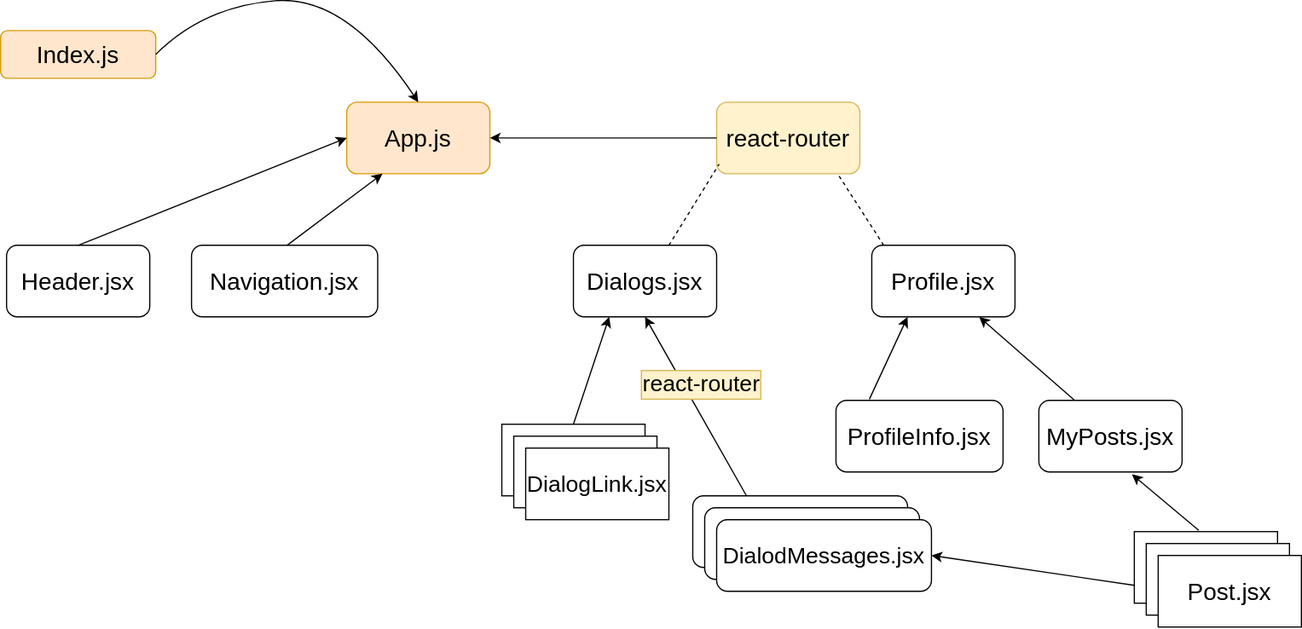
This is Схема приложения.drawio.svg from ShyHarvey/Social-network-with-samurai.js-api-, a draw.io export, as it was before one commit. Source tidied: cells renumbered, new cells last; positions are measured from the earlier drawing's top-left corner, leaving out a move shared by most shapes.
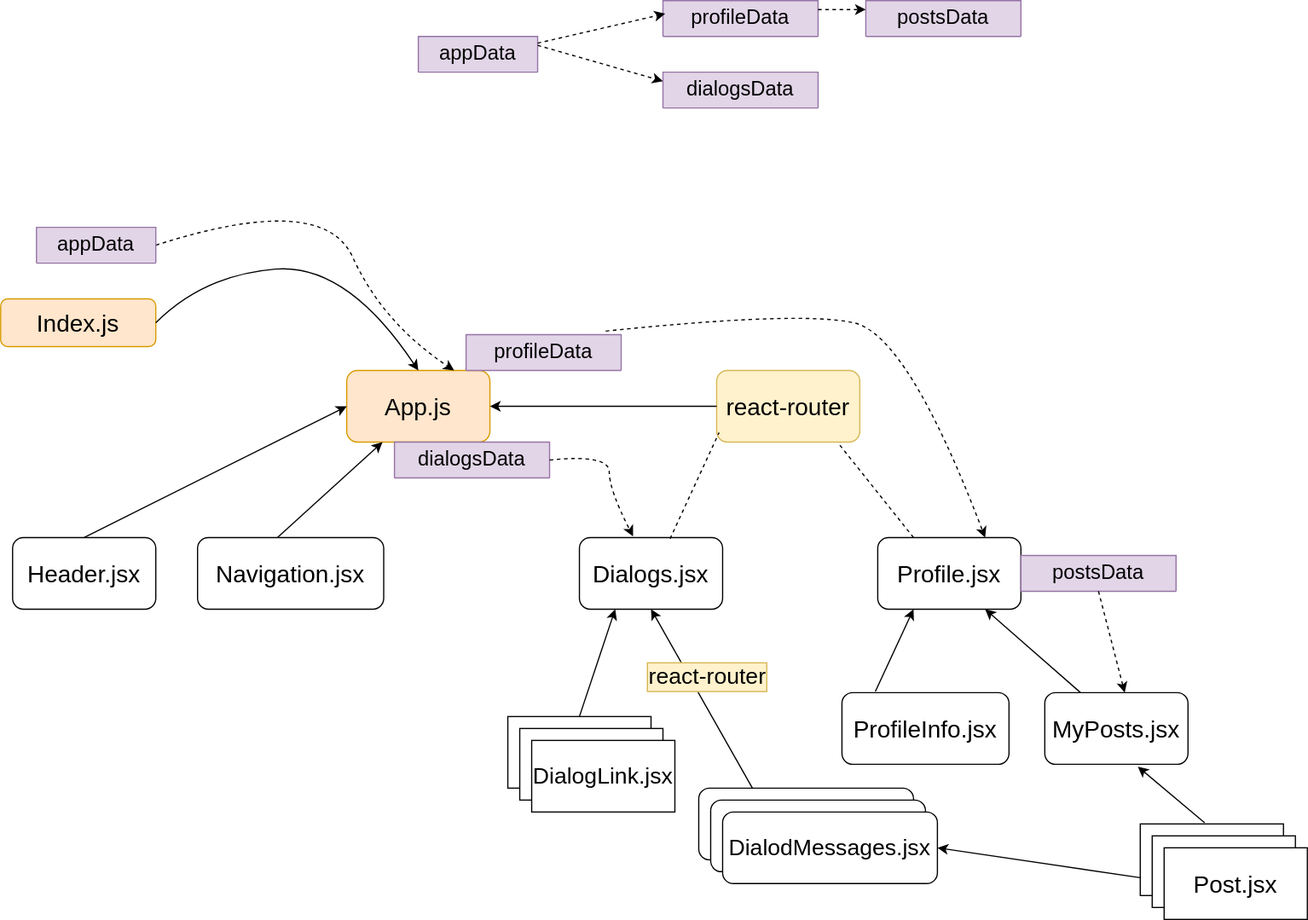
Above is the later version.

Commit message:
добавлены данные

Diff of the diagram source:
```diff
@@ -3,16 +3,16 @@
     <mxCell id="0" />
     <mxCell id="1" parent="0" />
     <mxCell id="2" value="&lt;font style=&quot;font-size: 20px;&quot;&gt;Index.js&lt;/font&gt;" style="rounded=1;whiteSpace=wrap;html=1;fillColor=#ffe6cc;strokeColor=#d79b00;" parent="1" vertex="1">
-      <mxGeometry y="30" width="130" height="40" as="geometry" />
+      <mxGeometry x="-5" y="10" width="130" height="40" as="geometry" />
     </mxCell>
     <mxCell id="3" value="App.js" style="rounded=1;whiteSpace=wrap;html=1;fontSize=20;fillColor=#ffe6cc;strokeColor=#d79b00;" parent="1" vertex="1">
-      <mxGeometry x="290" y="90" width="120" height="60" as="geometry" />
+      <mxGeometry x="285" y="70" width="120" height="60" as="geometry" />
     </mxCell>
     <mxCell id="4" style="curved=1;endArrow=classic;html=1;rounded=0;fontSize=20;exitX=1;exitY=0.5;exitDx=0;exitDy=0;entryX=0.5;entryY=0;entryDx=0;entryDy=0;" parent="1" edge="1" source="2" target="3">
       <mxGeometry relative="1" as="geometry">
         <Array as="points">
-          <mxPoint x="170" y="10" />
-          <mxPoint x="290" />
+          <mxPoint x="165" y="-10" />
+          <mxPoint x="285" y="-20" />
         </Array>
       </mxGeometry>
     </mxCell>
@@ -31,23 +31,17 @@
     <mxCell id="9" style="endArrow=classic;html=1;rounded=0;fontSize=20;exitX=0.5;exitY=0;exitDx=0;exitDy=0;entryX=0;entryY=0.5;entryDx=0;entryDy=0;" parent="1" edge="1" source="5" target="3">
       <mxGeometry relative="1" as="geometry" />
     </mxCell>
-    <mxCell id="10" style="endArrow=classic;html=1;rounded=0;fontSize=20;entryX=0.25;entryY=1;entryDx=0;entryDy=0;" parent="1" edge="1" target="3">
-      <mxGeometry relative="1" as="geometry">
-        <mxPoint x="240" y="210" as="sourcePoint" />
-      </mxGeometry>
+    <mxCell id="10" style="endArrow=classic;html=1;rounded=0;fontSize=20;entryX=0.25;entryY=1;entryDx=0;entryDy=0;exitX=0.429;exitY=0;exitDx=0;exitDy=0;exitPerimeter=0;" parent="1" edge="1" source="6" target="3">
+      <mxGeometry relative="1" as="geometry" />
     </mxCell>
     <mxCell id="11" value="react-router" style="rounded=1;whiteSpace=wrap;html=1;fontSize=20;fillColor=#fff2cc;strokeColor=#d6b656;" parent="1" vertex="1">
-      <mxGeometry x="600" y="90" width="120" height="60" as="geometry" />
+      <mxGeometry x="595" y="70" width="120" height="60" as="geometry" />
     </mxCell>
-    <mxCell id="12" style="endArrow=none;dashed=1;html=1;rounded=0;fontSize=20;entryX=0.017;entryY=0.867;entryDx=0;entryDy=0;entryPerimeter=0;" parent="1" edge="1" target="11">
-      <mxGeometry relative="1" as="geometry">
-        <mxPoint x="560" y="210" as="sourcePoint" />
-      </mxGeometry>
+    <mxCell id="12" style="endArrow=none;dashed=1;html=1;rounded=0;fontSize=20;entryX=0.017;entryY=0.867;entryDx=0;entryDy=0;entryPerimeter=0;exitX=0.633;exitY=0.017;exitDx=0;exitDy=0;exitPerimeter=0;" parent="1" edge="1" source="7" target="11">
+      <mxGeometry relative="1" as="geometry" />
     </mxCell>
-    <mxCell id="13" style="endArrow=none;dashed=1;html=1;rounded=0;fontSize=20;entryX=0.85;entryY=1.017;entryDx=0;entryDy=0;entryPerimeter=0;" parent="1" edge="1" target="11">
-      <mxGeometry relative="1" as="geometry">
-        <mxPoint x="740" y="210" as="sourcePoint" />
-      </mxGeometry>
+    <mxCell id="13" style="endArrow=none;dashed=1;html=1;rounded=0;fontSize=20;entryX=0.85;entryY=1.017;entryDx=0;entryDy=0;entryPerimeter=0;exitX=0.25;exitY=0;exitDx=0;exitDy=0;" parent="1" edge="1" source="8" target="11">
+      <mxGeometry relative="1" as="geometry" />
     </mxCell>
     <mxCell id="14" style="endArrow=classic;html=1;rounded=0;fontSize=20;entryX=1;entryY=0.5;entryDx=0;entryDy=0;" parent="1" edge="1" source="11" target="3">
       <mxGeometry relative="1" as="geometry" />
@@ -108,5 +102,66 @@
     <mxCell id="32" value="&lt;font style=&quot;font-size: 19px;&quot;&gt;DialodMessages.jsx&lt;/font&gt;" style="rounded=1;whiteSpace=wrap;html=1;fontSize=20;" parent="1" vertex="1">
       <mxGeometry x="600" y="440" width="180" height="60" as="geometry" />
     </mxCell>
+    <mxCell id="33" value="appData" style="swimlane;fontStyle=0;horizontal=1;startSize=30;whiteSpace=wrap;html=1;shadow=0;glass=0;labelBackgroundColor=none;labelBorderColor=none;sketch=0;fontSize=17;rounded=0;fillColor=#e1d5e7;strokeColor=#9673a6;" parent="1" vertex="1" collapsed="1">
+      <mxGeometry x="345" y="-210" width="100" height="30" as="geometry" />
+    </mxCell>
+    <mxCell id="34" style="curved=1;endArrow=classic;html=1;rounded=0;fontSize=17;fontColor=none;entryX=0.75;entryY=0;entryDx=0;entryDy=0;dashed=1;exitX=1;exitY=0.5;exitDx=0;exitDy=0;" parent="1" edge="1" source="35" target="3">
+      <mxGeometry relative="1" as="geometry">
+        <Array as="points">
+          <mxPoint x="265" y="-80" />
+          <mxPoint x="315" y="30" />
+        </Array>
+      </mxGeometry>
+    </mxCell>
+    <mxCell id="35" value="appData" style="swimlane;fontStyle=0;horizontal=1;startSize=30;whiteSpace=wrap;html=1;shadow=0;glass=0;labelBackgroundColor=none;labelBorderColor=none;sketch=0;fontSize=17;rounded=0;fillColor=#e1d5e7;strokeColor=#9673a6;" parent="1" vertex="1" collapsed="1">
+      <mxGeometry x="25" y="-50" width="100" height="30" as="geometry" />
+    </mxCell>
+    <mxCell id="36" value="dialogsData" style="swimlane;fontStyle=0;horizontal=1;startSize=30;whiteSpace=wrap;html=1;rounded=0;shadow=0;glass=0;labelBackgroundColor=none;labelBorderColor=none;sketch=0;fontSize=17;fillColor=#e1d5e7;strokeColor=#9673a6;" parent="1" vertex="1" collapsed="1">
+      <mxGeometry x="550" y="-180" width="130" height="30" as="geometry" />
+    </mxCell>
+    <mxCell id="37" value="dialogsData" style="swimlane;fontStyle=0;horizontal=1;startSize=30;whiteSpace=wrap;html=1;rounded=0;shadow=0;glass=0;labelBackgroundColor=none;labelBorderColor=none;sketch=0;fontSize=17;fillColor=#e1d5e7;strokeColor=#9673a6;" parent="1" vertex="1" collapsed="1">
+      <mxGeometry x="325" y="130" width="130" height="30" as="geometry" />
+    </mxCell>
+    <mxCell id="38" style="curved=1;endArrow=classic;html=1;rounded=0;fontSize=17;fontColor=none;entryX=0.375;entryY=-0.017;entryDx=0;entryDy=0;dashed=1;exitX=1;exitY=0.5;exitDx=0;exitDy=0;entryPerimeter=0;" parent="1" edge="1" target="7">
+      <mxGeometry relative="1" as="geometry">
+        <mxPoint x="455" y="145" as="sourcePoint" />
+        <Array as="points">
+          <mxPoint x="505" y="140" />
+          <mxPoint x="505" y="170" />
+        </Array>
+      </mxGeometry>
+    </mxCell>
+    <mxCell id="39" value="profileData" style="swimlane;fontStyle=0;horizontal=1;startSize=30;whiteSpace=wrap;html=1;rounded=0;shadow=0;glass=0;labelBackgroundColor=none;labelBorderColor=none;sketch=0;fontSize=17;fillColor=#e1d5e7;strokeColor=#9673a6;" parent="1" vertex="1" collapsed="1">
+      <mxGeometry x="550" y="-240" width="130" height="30" as="geometry" />
+    </mxCell>
+    <mxCell id="40" value="profileData" style="swimlane;fontStyle=0;horizontal=1;startSize=30;whiteSpace=wrap;html=1;rounded=0;shadow=0;glass=0;labelBackgroundColor=none;labelBorderColor=none;sketch=0;fontSize=17;fillColor=#e1d5e7;strokeColor=#9673a6;" parent="1" vertex="1" collapsed="1">
+      <mxGeometry x="385" y="40" width="130" height="30" as="geometry" />
+    </mxCell>
+    <mxCell id="41" style="curved=1;endArrow=classic;html=1;rounded=0;fontSize=17;fontColor=none;entryX=0.75;entryY=0;entryDx=0;entryDy=0;dashed=1;exitX=0.9;exitY=-0.1;exitDx=0;exitDy=0;exitPerimeter=0;" parent="1" edge="1" source="40" target="8">
+      <mxGeometry relative="1" as="geometry">
+        <Array as="points">
+          <mxPoint x="665" y="20" />
+          <mxPoint x="755" y="40" />
+        </Array>
+      </mxGeometry>
+    </mxCell>
+    <mxCell id="42" value="postsData" style="swimlane;fontStyle=0;horizontal=1;startSize=30;whiteSpace=wrap;html=1;rounded=0;shadow=0;glass=0;labelBackgroundColor=none;labelBorderColor=none;sketch=0;fontSize=17;fillColor=#e1d5e7;strokeColor=#9673a6;" parent="1" vertex="1" collapsed="1">
+      <mxGeometry x="720" y="-240" width="130" height="30" as="geometry" />
+    </mxCell>
+    <mxCell id="43" style="endArrow=classic;html=1;rounded=0;dashed=1;fontSize=17;fontColor=none;exitX=1;exitY=0.25;exitDx=0;exitDy=0;entryX=0;entryY=0.25;entryDx=0;entryDy=0;" parent="1" edge="1" source="33" target="36">
+      <mxGeometry relative="1" as="geometry" />
+    </mxCell>
+    <mxCell id="44" style="endArrow=classic;html=1;rounded=0;dashed=1;fontSize=17;fontColor=none;exitX=1;exitY=0.189;exitDx=0;exitDy=0;exitPerimeter=0;entryX=0.014;entryY=0.367;entryDx=0;entryDy=0;entryPerimeter=0;" parent="1" edge="1" source="33" target="39">
+      <mxGeometry relative="1" as="geometry" />
+    </mxCell>
+    <mxCell id="45" style="endArrow=classic;html=1;rounded=0;dashed=1;fontSize=17;fontColor=none;entryX=0;entryY=0.25;entryDx=0;entryDy=0;exitX=1;exitY=0.25;exitDx=0;exitDy=0;" parent="1" edge="1" source="39" target="42">
+      <mxGeometry relative="1" as="geometry" />
+    </mxCell>
+    <mxCell id="46" value="postsData" style="swimlane;fontStyle=0;horizontal=1;startSize=30;whiteSpace=wrap;html=1;rounded=0;shadow=0;glass=0;labelBackgroundColor=none;labelBorderColor=none;sketch=0;fontSize=17;fillColor=#e1d5e7;strokeColor=#9673a6;" parent="1" vertex="1" collapsed="1">
+      <mxGeometry x="850" y="225" width="130" height="30" as="geometry" />
+    </mxCell>
+    <mxCell id="47" style="endArrow=classic;html=1;rounded=0;dashed=1;fontSize=17;fontColor=none;exitX=0.5;exitY=1;exitDx=0;exitDy=0;entryX=0.558;entryY=0;entryDx=0;entryDy=0;entryPerimeter=0;" parent="1" edge="1" source="46" target="15">
+      <mxGeometry relative="1" as="geometry" />
+    </mxCell>
   </root>
 </mxGraphModel>
```
